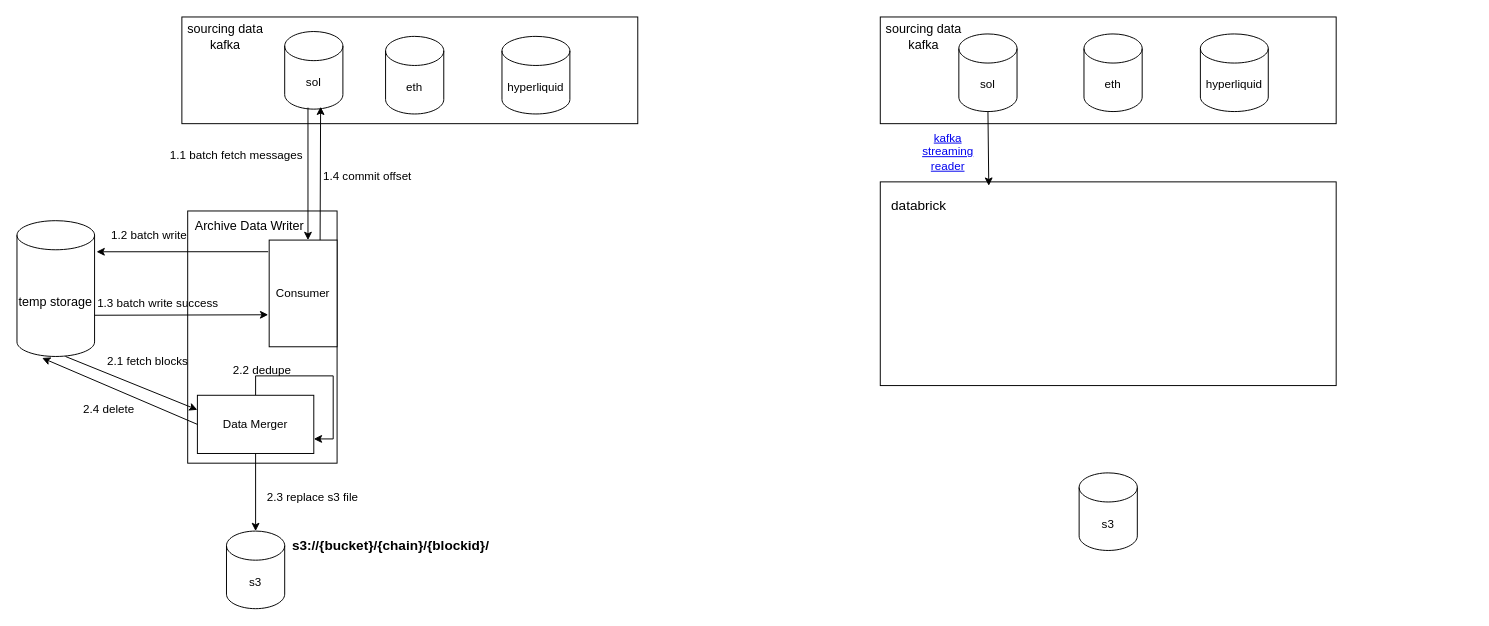
sy6765856/3DView keeps this draw.io diagram as archive-data-writer.drawio. Above is the earlier version. Source tidied: cells renumbered, new cells numbered last; positions are measured from the earlier drawing's top-left corner, leaving out a move shared by most shapes. Both pictures are drawn from the tidied source at 97%, with x=0, y=0 at pixel (16, 16).
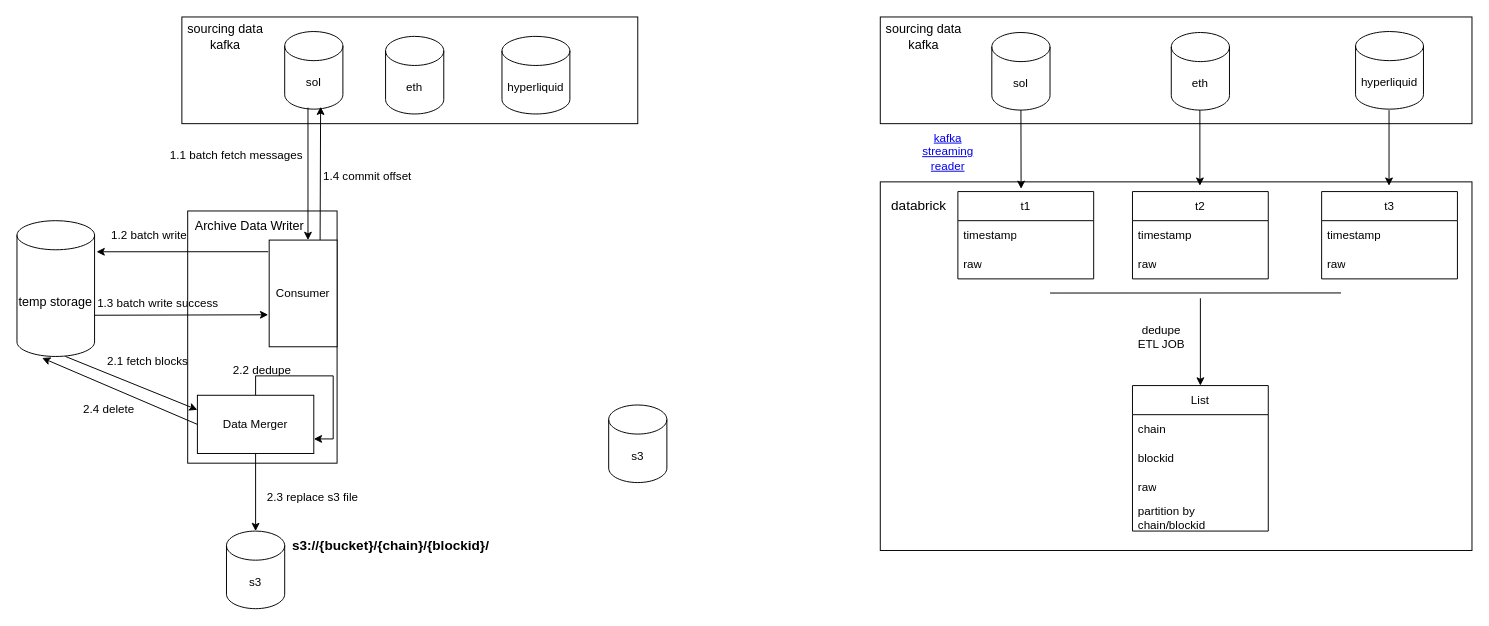
After the change.

Diff of the diagram source:
```diff
@@
     <mxCell id="30" style="rounded=0;whiteSpace=wrap;html=1;" parent="1" vertex="1">
-      <mxGeometry x="890" width="470" height="110" as="geometry" />
+      <mxGeometry x="890" width="610" height="110" as="geometry" />
     </mxCell>
     <mxCell id="31" value="sol" style="shape=cylinder3;whiteSpace=wrap;html=1;boundedLbl=1;backgroundOutline=1;size=15;" parent="1" vertex="1">
-      <mxGeometry x="971" y="17.5" width="60" height="80" as="geometry" />
+      <mxGeometry x="1005" y="16" width="60" height="80" as="geometry" />
     </mxCell>
     <mxCell id="32" value="eth" style="shape=cylinder3;whiteSpace=wrap;html=1;boundedLbl=1;backgroundOutline=1;size=15;" parent="1" vertex="1">
-      <mxGeometry x="1100" y="17.5" width="60" height="80" as="geometry" />
+      <mxGeometry x="1190" y="16" width="60" height="80" as="geometry" />
     </mxCell>
     <mxCell id="33" value="hyperliquid" style="shape=cylinder3;whiteSpace=wrap;html=1;boundedLbl=1;backgroundOutline=1;size=15;" parent="1" vertex="1">
-      <mxGeometry x="1220" y="17.5" width="70" height="80" as="geometry" />
+      <mxGeometry x="1380" y="15" width="70" height="80" as="geometry" />
     </mxCell>
@@
     <mxCell id="35" style="rounded=0;whiteSpace=wrap;html=1;" parent="1" vertex="1">
-      <mxGeometry x="890" y="170" width="470" height="210" as="geometry" />
+      <mxGeometry x="890" y="170" width="610" height="380" as="geometry" />
     </mxCell>
@@
     <mxCell id="37" value="s3" style="shape=cylinder3;whiteSpace=wrap;html=1;boundedLbl=1;backgroundOutline=1;size=15;" parent="1" vertex="1">
-      <mxGeometry x="1095" y="470" width="60" height="80" as="geometry" />
+      <mxGeometry x="610" y="400" width="60" height="80" as="geometry" />
     </mxCell>
@@
+    <mxCell id="40" value="t1" style="swimlane;fontStyle=0;horizontal=1;startSize=30;whiteSpace=wrap;html=1;" parent="1" vertex="1">
+      <mxGeometry x="970" y="180" width="140" height="90" as="geometry" />
+    </mxCell>
+    <mxCell id="41" value="timestamp" style="text;strokeColor=none;fillColor=none;align=left;verticalAlign=middle;spacingLeft=4;spacingRight=4;overflow=hidden;whiteSpace=wrap;html=1;" parent="40" vertex="1">
+      <mxGeometry y="30" width="140" height="30" as="geometry" />
+    </mxCell>
+    <mxCell id="42" value="raw" style="text;strokeColor=none;fillColor=none;align=left;verticalAlign=middle;spacingLeft=4;spacingRight=4;overflow=hidden;whiteSpace=wrap;html=1;" parent="40" vertex="1">
+      <mxGeometry y="60" width="140" height="30" as="geometry" />
+    </mxCell>
+    <mxCell id="43" value="t2" style="swimlane;fontStyle=0;horizontal=1;startSize=30;whiteSpace=wrap;html=1;" parent="1" vertex="1">
+      <mxGeometry x="1150" y="180" width="140" height="90" as="geometry" />
+    </mxCell>
+    <mxCell id="44" value="timestamp" style="text;strokeColor=none;fillColor=none;align=left;verticalAlign=middle;spacingLeft=4;spacingRight=4;overflow=hidden;whiteSpace=wrap;html=1;" parent="43" vertex="1">
+      <mxGeometry y="30" width="140" height="30" as="geometry" />
+    </mxCell>
+    <mxCell id="45" value="raw" style="text;strokeColor=none;fillColor=none;align=left;verticalAlign=middle;spacingLeft=4;spacingRight=4;overflow=hidden;whiteSpace=wrap;html=1;" parent="43" vertex="1">
+      <mxGeometry y="60" width="140" height="30" as="geometry" />
+    </mxCell>
+    <mxCell id="46" value="t3" style="swimlane;fontStyle=0;horizontal=1;startSize=30;whiteSpace=wrap;html=1;" parent="1" vertex="1">
+      <mxGeometry x="1345" y="180" width="140" height="90" as="geometry" />
+    </mxCell>
+    <mxCell id="47" value="timestamp" style="text;strokeColor=none;fillColor=none;align=left;verticalAlign=middle;spacingLeft=4;spacingRight=4;overflow=hidden;whiteSpace=wrap;html=1;" parent="46" vertex="1">
+      <mxGeometry y="30" width="140" height="30" as="geometry" />
+    </mxCell>
+    <mxCell id="48" value="raw" style="text;strokeColor=none;fillColor=none;align=left;verticalAlign=middle;spacingLeft=4;spacingRight=4;overflow=hidden;whiteSpace=wrap;html=1;" parent="46" vertex="1">
+      <mxGeometry y="60" width="140" height="30" as="geometry" />
+    </mxCell>
+    <mxCell id="49" style="endArrow=classic;html=1;rounded=0;exitX=0.5;exitY=1;exitDx=0;exitDy=0;exitPerimeter=0;entryX=0.238;entryY=0.019;entryDx=0;entryDy=0;entryPerimeter=0;" parent="1" edge="1">
+      <mxGeometry relative="1" as="geometry">
+        <mxPoint x="1219.5" y="96" as="sourcePoint" />
+        <mxPoint x="1219.5" y="174" as="targetPoint" />
+      </mxGeometry>
+    </mxCell>
+    <mxCell id="50" style="endArrow=classic;html=1;rounded=0;exitX=0.5;exitY=1;exitDx=0;exitDy=0;exitPerimeter=0;entryX=0.238;entryY=0.019;entryDx=0;entryDy=0;entryPerimeter=0;" parent="1" edge="1">
+      <mxGeometry relative="1" as="geometry">
+        <mxPoint x="1414.5" y="96" as="sourcePoint" />
+        <mxPoint x="1414.5" y="174" as="targetPoint" />
+      </mxGeometry>
+    </mxCell>
+    <mxCell id="51" value="List" style="swimlane;fontStyle=0;horizontal=1;startSize=30;whiteSpace=wrap;html=1;" parent="1" vertex="1">
+      <mxGeometry x="1150" y="380" width="140" height="150" as="geometry" />
+    </mxCell>
+    <mxCell id="52" value="chain" style="text;strokeColor=none;fillColor=none;align=left;verticalAlign=middle;spacingLeft=4;spacingRight=4;overflow=hidden;whiteSpace=wrap;html=1;" parent="51" vertex="1">
+      <mxGeometry y="30" width="140" height="30" as="geometry" />
+    </mxCell>
+    <mxCell id="53" value="blockid" style="text;strokeColor=none;fillColor=none;align=left;verticalAlign=middle;spacingLeft=4;spacingRight=4;overflow=hidden;whiteSpace=wrap;html=1;" parent="51" vertex="1">
+      <mxGeometry y="60" width="140" height="30" as="geometry" />
+    </mxCell>
+    <mxCell id="54" value="raw" style="text;strokeColor=none;fillColor=none;align=left;verticalAlign=middle;spacingLeft=4;spacingRight=4;overflow=hidden;whiteSpace=wrap;html=1;" parent="51" vertex="1">
+      <mxGeometry y="90" width="140" height="30" as="geometry" />
+    </mxCell>
+    <mxCell id="55" value="partition by chain/blockid" style="text;strokeColor=none;fillColor=none;align=left;verticalAlign=middle;spacingLeft=4;spacingRight=4;overflow=hidden;whiteSpace=wrap;html=1;" parent="51" vertex="1">
+      <mxGeometry y="120" width="140" height="30" as="geometry" />
+    </mxCell>
+    <mxCell id="56" style="endArrow=none;html=1;rounded=0;" parent="1" edge="1">
+      <mxGeometry relative="1" as="geometry">
+        <mxPoint x="1065" y="284.6" as="sourcePoint" />
+        <mxPoint x="1365" y="284.5" as="targetPoint" />
+      </mxGeometry>
+    </mxCell>
+    <mxCell id="57" style="endArrow=classic;html=1;rounded=0;entryX=0.5;entryY=0;entryDx=0;entryDy=0;" parent="1" edge="1" target="51">
+      <mxGeometry relative="1" as="geometry">
+        <mxPoint x="1220" y="290" as="sourcePoint" />
+      </mxGeometry>
+    </mxCell>
+    <mxCell id="58" value="dedupe ETL JOB" style="text;html=1;align=center;verticalAlign=middle;whiteSpace=wrap;rounded=0;" parent="1" vertex="1">
+      <mxGeometry x="1150" y="315" width="60" height="30" as="geometry" />
+    </mxCell>
```
